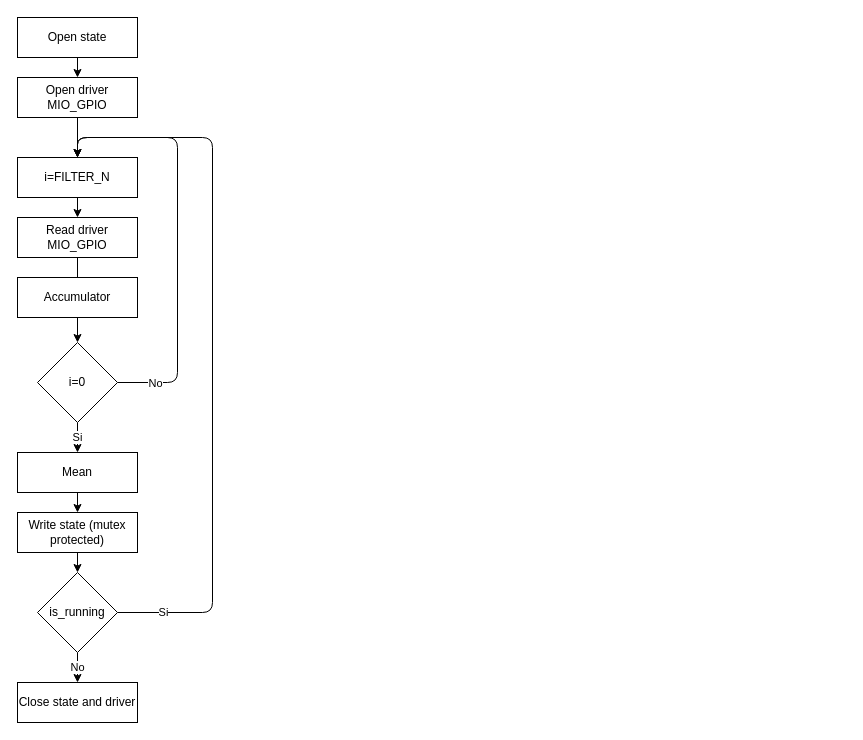
Above: doc/distanceSensors.drawio in kuhiu/smartnav-platform (draw.io), before the change. Source tidied: cells renumbered, new cells numbered last; positions are measured from the earlier drawing's top-left corner, leaving out a move shared by most shapes. Both pictures are drawn from the tidied source at 100%, with x=0, y=0 at pixel (17, 17).
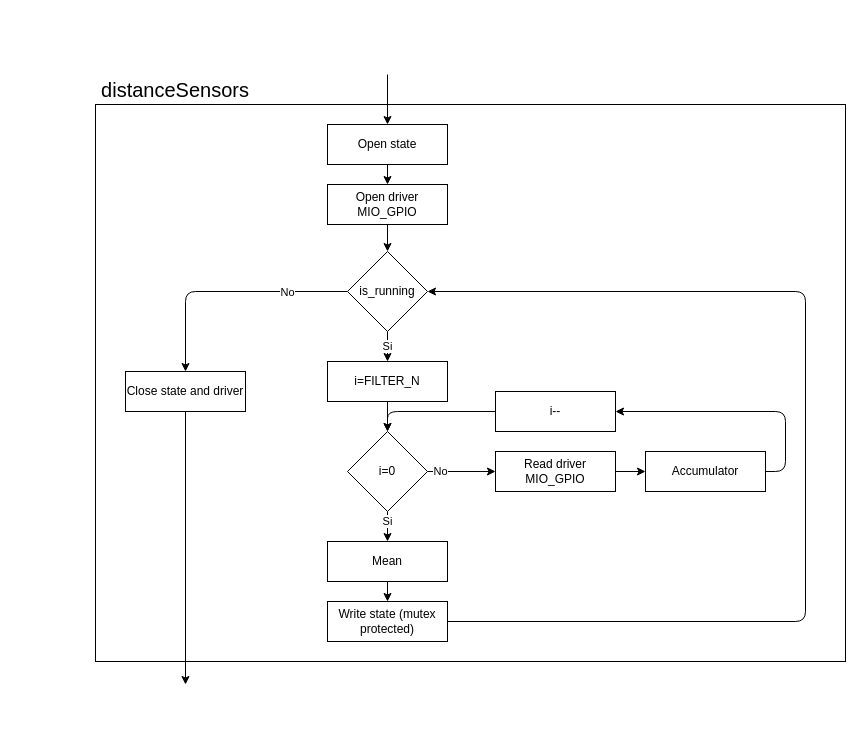
The same page after the edit.

Diff of the diagram source:
```diff
@@
+    <mxCell id="23" style="rounded=0;whiteSpace=wrap;html=1;fillColor=none;" parent="1" vertex="1">
+      <mxGeometry x="78" y="87" width="750" height="557" as="geometry" />
+    </mxCell>
@@
+    <mxCell id="24" style="edgeStyle=none;html=1;startArrow=classic;startFill=1;endArrow=none;endFill=0;" parent="1" edge="1" source="3">
+      <mxGeometry relative="1" as="geometry">
+        <mxPoint x="370" y="57" as="targetPoint" />
+      </mxGeometry>
+    </mxCell>
     <mxCell id="3" value="Open state" style="rounded=0;whiteSpace=wrap;html=1;" parent="1" vertex="1">
-      <mxGeometry width="120" height="40" as="geometry" />
+      <mxGeometry x="310" y="107" width="120" height="40" as="geometry" />
     </mxCell>
-    <mxCell id="4" style="edgeStyle=orthogonalEdgeStyle;html=1;entryX=0.5;entryY=0;entryDx=0;entryDy=0;" parent="1" edge="1" source="5" target="15">
-      <mxGeometry relative="1" as="geometry" />
-    </mxCell>
+    <mxCell id="25" style="edgeStyle=orthogonalEdgeStyle;html=1;entryX=0.5;entryY=0;entryDx=0;entryDy=0;" parent="1" edge="1" source="5" target="21">
+      <mxGeometry relative="1" as="geometry" />
+    </mxCell>
     <mxCell id="5" value="Open driver MIO_GPIO" style="rounded=0;whiteSpace=wrap;html=1;" parent="1" vertex="1">
-      <mxGeometry y="60" width="120" height="40" as="geometry" />
+      <mxGeometry x="310" y="167" width="120" height="40" as="geometry" />
     </mxCell>
-    <mxCell id="6" style="edgeStyle=orthogonalEdgeStyle;html=1;entryX=0.5;entryY=0;entryDx=0;entryDy=0;exitX=1;exitY=0.5;exitDx=0;exitDy=0;" parent="1" edge="1" source="9" target="15">
-      <mxGeometry relative="1" as="geometry">
-        <Array as="points">
-          <mxPoint x="160" y="365" />
-          <mxPoint x="160" y="120" />
-          <mxPoint x="60" y="120" />
-        </Array>
-      </mxGeometry>
-    </mxCell>
-    <mxCell id="7" value="No" style="edgeLabel;html=1;align=center;verticalAlign=middle;" parent="6" vertex="1">
-      <mxGeometry x="-0.79" y="-1" relative="1" as="geometry">
-        <mxPoint x="-8" y="-1" as="offset" />
-      </mxGeometry>
-    </mxCell>
+    <mxCell id="19" value="No" style="edgeStyle=orthogonalEdgeStyle;html=1;entryX=0;entryY=0.5;entryDx=0;entryDy=0;" parent="1" edge="1" source="9" target="11">
+      <mxGeometry x="-0.61" relative="1" as="geometry" />
+    </mxCell>
     <mxCell id="8" value="Si" style="edgeStyle=orthogonalEdgeStyle;html=1;entryX=0.5;entryY=0;entryDx=0;entryDy=0;" parent="1" edge="1" source="9" target="13">
-      <mxGeometry relative="1" as="geometry">
-        <Array as="points">
-          <mxPoint x="60" y="435" />
-          <mxPoint x="60" y="435" />
-        </Array>
-      </mxGeometry>
+      <mxGeometry x="-0.33" relative="1" as="geometry" />
     </mxCell>
     <mxCell id="9" value="i=0" style="rhombus;whiteSpace=wrap;html=1;" parent="1" vertex="1">
-      <mxGeometry x="20" y="325" width="80" height="80" as="geometry" />
+      <mxGeometry x="330" y="414" width="80" height="80" as="geometry" />
     </mxCell>
-    <mxCell id="10" style="edgeStyle=orthogonalEdgeStyle;html=1;entryX=0.5;entryY=0;entryDx=0;entryDy=0;" parent="1" edge="1" source="11" target="9">
-      <mxGeometry relative="1" as="geometry" />
-    </mxCell>
+    <mxCell id="26" style="edgeStyle=orthogonalEdgeStyle;html=1;" parent="1" edge="1" source="11" target="22">
+      <mxGeometry relative="1" as="geometry" />
+    </mxCell>
     <mxCell id="11" value="Read driver MIO_GPIO" style="rounded=0;whiteSpace=wrap;html=1;" parent="1" vertex="1">
-      <mxGeometry y="200" width="120" height="40" as="geometry" />
+      <mxGeometry x="478" y="434" width="120" height="40" as="geometry" />
     </mxCell>
@@
     <mxCell id="13" value="Mean" style="rounded=0;whiteSpace=wrap;html=1;" parent="1" vertex="1">
-      <mxGeometry y="435" width="120" height="40" as="geometry" />
+      <mxGeometry x="310" y="524" width="120" height="40" as="geometry" />
     </mxCell>
-    <mxCell id="14" style="edgeStyle=orthogonalEdgeStyle;html=1;" parent="1" edge="1" source="15" target="11">
-      <mxGeometry relative="1" as="geometry" />
-    </mxCell>
-    <mxCell id="15" value="i=FILTER_N" style="rounded=0;whiteSpace=wrap;html=1;" parent="1" vertex="1">
-      <mxGeometry y="140" width="120" height="40" as="geometry" />
-    </mxCell>
-    <mxCell id="16" style="edgeStyle=orthogonalEdgeStyle;html=1;entryX=0.5;entryY=0;entryDx=0;entryDy=0;" parent="1" edge="1" source="17" target="21">
-      <mxGeometry relative="1" as="geometry" />
+    <mxCell id="16" style="edgeStyle=orthogonalEdgeStyle;html=1;entryX=1;entryY=0.5;entryDx=0;entryDy=0;exitX=1;exitY=0.5;exitDx=0;exitDy=0;" parent="1" edge="1" source="17" target="21">
+      <mxGeometry relative="1" as="geometry">
+        <Array as="points">
+          <mxPoint x="788" y="604" />
+          <mxPoint x="788" y="274" />
+        </Array>
+      </mxGeometry>
     </mxCell>
     <mxCell id="17" value="Write state (mutex protected)" style="rounded=0;whiteSpace=wrap;html=1;" parent="1" vertex="1">
-      <mxGeometry y="495" width="120" height="40" as="geometry" />
+      <mxGeometry x="310" y="584" width="120" height="40" as="geometry" />
     </mxCell>
+    <mxCell id="27" style="edgeStyle=none;html=1;fontSize=20;startArrow=none;startFill=0;endArrow=classic;endFill=1;" parent="1" edge="1" source="18">
+      <mxGeometry relative="1" as="geometry">
+        <mxPoint x="168" y="667" as="targetPoint" />
+      </mxGeometry>
+    </mxCell>
     <mxCell id="18" value="Close state and driver" style="rounded=0;whiteSpace=wrap;html=1;" parent="1" vertex="1">
-      <mxGeometry y="665" width="120" height="40" as="geometry" />
+      <mxGeometry x="108" y="354" width="120" height="40" as="geometry" />
     </mxCell>
-    <mxCell id="19" value="No" style="edgeStyle=orthogonalEdgeStyle;html=1;" parent="1" edge="1" source="21" target="18">
-      <mxGeometry relative="1" as="geometry" />
-    </mxCell>
+    <mxCell id="28" style="edgeStyle=orthogonalEdgeStyle;html=1;entryX=1;entryY=0.5;entryDx=0;entryDy=0;exitX=1;exitY=0.5;exitDx=0;exitDy=0;" parent="1" edge="1" source="22" target="32">
+      <mxGeometry relative="1" as="geometry">
+        <Array as="points">
+          <mxPoint x="768" y="454" />
+          <mxPoint x="768" y="394" />
+        </Array>
+      </mxGeometry>
+    </mxCell>
+    <mxCell id="22" value="Accumulator" style="rounded=0;whiteSpace=wrap;html=1;" parent="1" vertex="1">
+      <mxGeometry x="628" y="434" width="120" height="40" as="geometry" />
+    </mxCell>
+    <mxCell id="29" style="edgeStyle=orthogonalEdgeStyle;html=1;entryX=0.5;entryY=0;entryDx=0;entryDy=0;" parent="1" edge="1" source="21" target="18">
+      <mxGeometry relative="1" as="geometry" />
+    </mxCell>
+    <mxCell id="7" value="No" style="edgeLabel;html=1;align=center;verticalAlign=middle;" parent="29" vertex="1">
+      <mxGeometry x="0.24" y="3" relative="1" as="geometry">
+        <mxPoint x="89" y="-3" as="offset" />
+      </mxGeometry>
+    </mxCell>
     <mxCell id="20" value="Si" style="edgeStyle=orthogonalEdgeStyle;html=1;entryX=0.5;entryY=0;entryDx=0;entryDy=0;" parent="1" edge="1" source="21" target="15">
-      <mxGeometry x="-0.87" relative="1" as="geometry">
-        <Array as="points">
-          <mxPoint x="195" y="595" />
-          <mxPoint x="195" y="120" />
-          <mxPoint x="60" y="120" />
-        </Array>
-        <mxPoint x="-1" as="offset" />
-      </mxGeometry>
+      <mxGeometry relative="1" as="geometry" />
     </mxCell>
     <mxCell id="21" value="is_running" style="rhombus;whiteSpace=wrap;html=1;" parent="1" vertex="1">
-      <mxGeometry x="20" y="555" width="80" height="80" as="geometry" />
+      <mxGeometry x="330" y="234" width="80" height="80" as="geometry" />
     </mxCell>
-    <mxCell id="22" value="Accumulator" style="rounded=0;whiteSpace=wrap;html=1;" parent="1" vertex="1">
-      <mxGeometry y="260" width="120" height="40" as="geometry" />
-    </mxCell>
+    <mxCell id="30" style="edgeStyle=orthogonalEdgeStyle;html=1;entryX=0.5;entryY=0;entryDx=0;entryDy=0;" parent="1" edge="1" source="15" target="9">
+      <mxGeometry relative="1" as="geometry" />
+    </mxCell>
+    <mxCell id="15" value="i=FILTER_N" style="rounded=0;whiteSpace=wrap;html=1;" parent="1" vertex="1">
+      <mxGeometry x="310" y="344" width="120" height="40" as="geometry" />
+    </mxCell>
+    <mxCell id="31" style="edgeStyle=orthogonalEdgeStyle;html=1;entryX=0.5;entryY=0;entryDx=0;entryDy=0;" parent="1" edge="1" source="32" target="9">
+      <mxGeometry relative="1" as="geometry" />
+    </mxCell>
+    <mxCell id="32" value="i--" style="rounded=0;whiteSpace=wrap;html=1;" parent="1" vertex="1">
+      <mxGeometry x="478" y="374" width="120" height="40" as="geometry" />
+    </mxCell>
+    <mxCell id="33" style="edgeStyle=none;html=1;fontSize=20;startArrow=classic;startFill=1;endArrow=none;endFill=0;" parent="1" edge="1" source="34" target="23">
+      <mxGeometry relative="1" as="geometry" />
+    </mxCell>
+    <mxCell id="34" value="&lt;p style=&quot;font-size: 20px;&quot;&gt;distanceSensors&lt;/p&gt;" style="text;html=1;strokeColor=none;fillColor=none;align=center;verticalAlign=middle;whiteSpace=wrap;rounded=0;fontSize=20;" parent="1" vertex="1">
+      <mxGeometry x="128" y="57" width="60" height="30" as="geometry" />
+    </mxCell>
```
